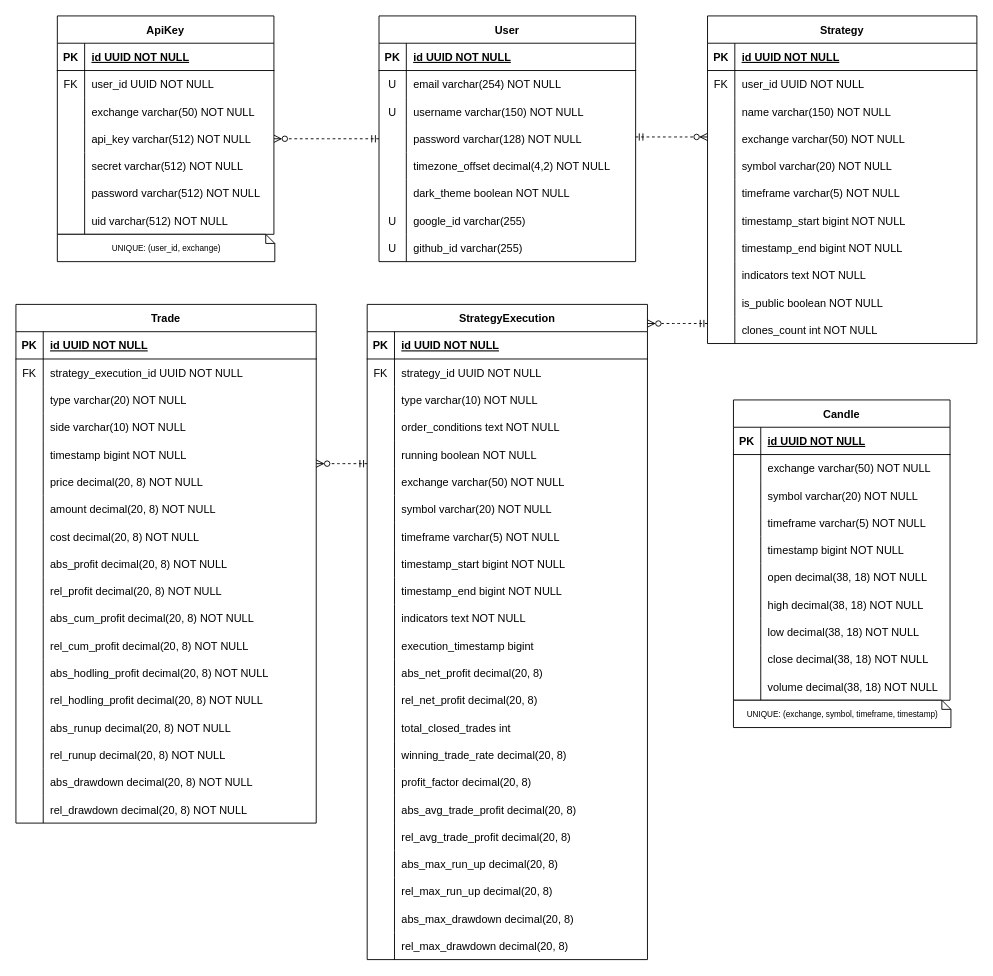
The draw.io diagram docs/ERD.drawio in pgr866/Stratify, before the edit. Source tidied: cells renumbered, new cells numbered last; positions are measured from the earlier drawing's top-left corner, leaving out a move shared by most shapes. Both pictures are drawn from the tidied source at 91%, with x=0, y=0 at pixel (15, 15).
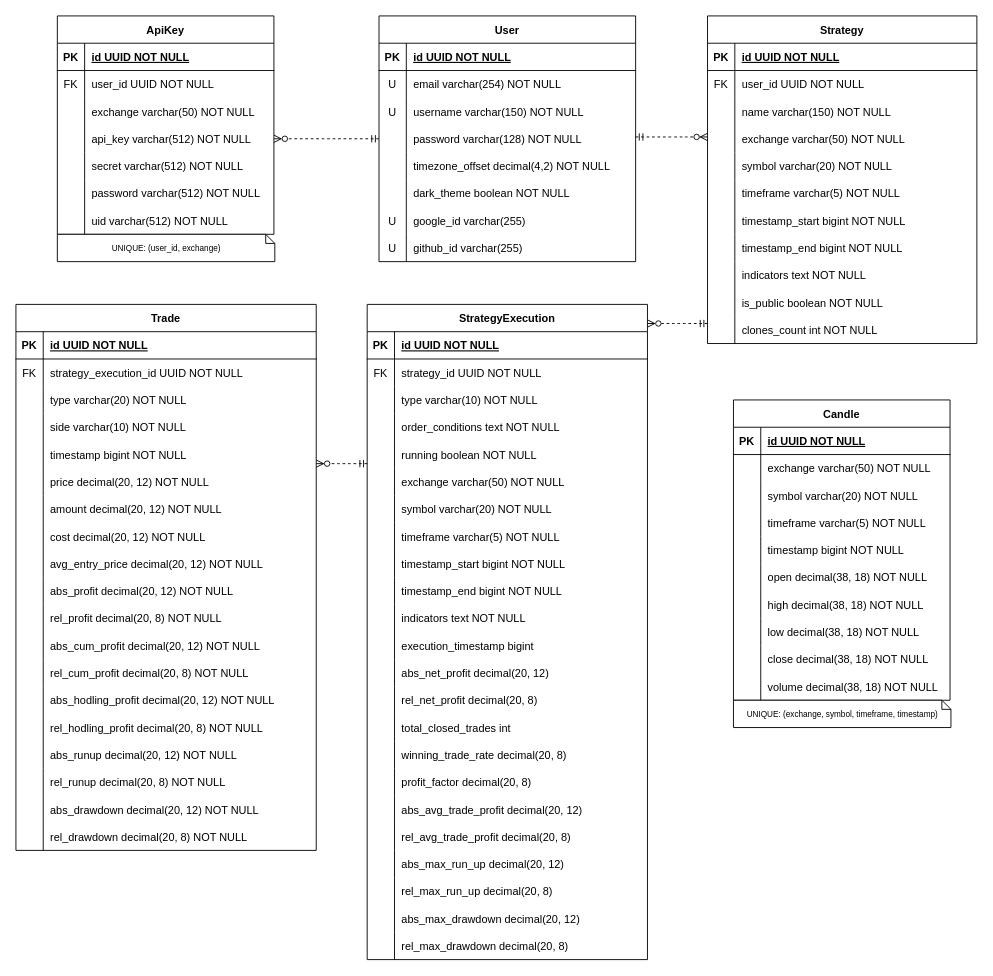
After the change.

Unchanged cells that the change refers to:
```xml
<mxCell id="153" style="shape=partialRectangle;fillColor=none;top=0;left=0;right=0;bottom=0;" parent="116" vertex="1">
  <mxGeometry y="390" width="308" height="30" as="geometry" />
</mxCell>
<mxCell id="168" style="shape=partialRectangle;fillColor=none;top=0;left=0;right=0;bottom=0;" parent="116" vertex="1">
  <mxGeometry y="540" width="308" height="30" as="geometry" />
</mxCell>
<mxCell id="174" style="shape=partialRectangle;fillColor=none;top=0;left=0;right=0;bottom=0;" parent="116" vertex="1">
  <mxGeometry y="600" width="308" height="30" as="geometry" />
</mxCell>
<mxCell id="180" style="shape=partialRectangle;fillColor=none;top=0;left=0;right=0;bottom=0;" parent="116" vertex="1">
  <mxGeometry y="660" width="308" height="30" as="geometry" />
</mxCell>
<mxCell id="203" style="shape=partialRectangle;fillColor=none;top=0;left=0;right=0;bottom=0;" parent="187" vertex="1">
  <mxGeometry y="180" width="330" height="30" as="geometry" />
</mxCell>
<mxCell id="206" style="shape=partialRectangle;fillColor=none;top=0;left=0;right=0;bottom=0;" parent="187" vertex="1">
  <mxGeometry y="210" width="330" height="30" as="geometry" />
</mxCell>
<mxCell id="209" style="shape=partialRectangle;fillColor=none;top=0;left=0;right=0;bottom=0;" parent="187" vertex="1">
  <mxGeometry y="240" width="330" height="30" as="geometry" />
</mxCell>
<mxCell id="227" style="shape=partialRectangle;fillColor=none;top=0;left=0;right=0;bottom=0;" parent="187" vertex="1">
  <mxGeometry y="420" width="330" height="30" as="geometry" />
</mxCell>
```

The edit, as a diff of the source:
```diff
@@
-    <mxCell id="155" value="abs_net_profit decimal(20, 8)" style="shape=partialRectangle;overflow=hidden;fillColor=none;top=0;left=0;bottom=0;right=0;align=left;spacingLeft=6;" parent="153" vertex="1">
+    <mxCell id="155" value="abs_net_profit decimal(20, 12)" style="shape=partialRectangle;overflow=hidden;fillColor=none;top=0;left=0;bottom=0;right=0;align=left;spacingLeft=6;" parent="153" vertex="1">
       <mxGeometry x="30" width="278" height="30" as="geometry" />
     </mxCell>
@@
-    <mxCell id="170" value="abs_avg_trade_profit decimal(20, 8)" style="shape=partialRectangle;overflow=hidden;fillColor=none;top=0;left=0;bottom=0;right=0;align=left;spacingLeft=6;" parent="168" vertex="1">
+    <mxCell id="170" value="abs_avg_trade_profit decimal(20, 12)" style="shape=partialRectangle;overflow=hidden;fillColor=none;top=0;left=0;bottom=0;right=0;align=left;spacingLeft=6;" parent="168" vertex="1">
       <mxGeometry x="30" width="278" height="30" as="geometry" />
     </mxCell>
@@
-    <mxCell id="176" value="abs_max_run_up decimal(20, 8)" style="shape=partialRectangle;overflow=hidden;fillColor=none;top=0;left=0;bottom=0;right=0;align=left;spacingLeft=6;" parent="174" vertex="1">
+    <mxCell id="176" value="abs_max_run_up decimal(20, 12)" style="shape=partialRectangle;overflow=hidden;fillColor=none;top=0;left=0;bottom=0;right=0;align=left;spacingLeft=6;" parent="174" vertex="1">
       <mxGeometry x="30" width="278" height="30" as="geometry" />
     </mxCell>
@@
-    <mxCell id="182" value="abs_max_drawdown decimal(20, 8)" style="shape=partialRectangle;overflow=hidden;fillColor=none;top=0;left=0;bottom=0;right=0;align=left;spacingLeft=6;" parent="180" vertex="1">
+    <mxCell id="182" value="abs_max_drawdown decimal(20, 12)" style="shape=partialRectangle;overflow=hidden;fillColor=none;top=0;left=0;bottom=0;right=0;align=left;spacingLeft=6;" parent="180" vertex="1">
       <mxGeometry x="30" width="278" height="30" as="geometry" />
     </mxCell>
@@
     <mxCell id="187" value="Trade" style="shape=table;startSize=30;childLayout=tableLayout;rowLines=0;fontStyle=1;align=center;" parent="1" vertex="1">
-      <mxGeometry y="317" width="330" height="570" as="geometry" />
+      <mxGeometry y="317" width="330" height="600" as="geometry" />
     </mxCell>
@@
-    <mxCell id="205" value="price decimal(20, 8) NOT NULL" style="shape=partialRectangle;overflow=hidden;fillColor=none;top=0;left=0;bottom=0;right=0;align=left;spacingLeft=6;" parent="203" vertex="1">
+    <mxCell id="205" value="price decimal(20, 12) NOT NULL" style="shape=partialRectangle;overflow=hidden;fillColor=none;top=0;left=0;bottom=0;right=0;align=left;spacingLeft=6;" parent="203" vertex="1">
       <mxGeometry x="30" width="300" height="30" as="geometry" />
     </mxCell>
@@
-    <mxCell id="208" value="amount decimal(20, 8) NOT NULL" style="shape=partialRectangle;overflow=hidden;fillColor=none;top=0;left=0;bottom=0;right=0;align=left;spacingLeft=6;" parent="206" vertex="1">
+    <mxCell id="208" value="amount decimal(20, 12) NOT NULL" style="shape=partialRectangle;overflow=hidden;fillColor=none;top=0;left=0;bottom=0;right=0;align=left;spacingLeft=6;" parent="206" vertex="1">
       <mxGeometry x="30" width="300" height="30" as="geometry" />
     </mxCell>
@@
-    <mxCell id="211" value="cost decimal(20, 8) NOT NULL" style="shape=partialRectangle;overflow=hidden;fillColor=none;top=0;left=0;bottom=0;right=0;align=left;spacingLeft=6;" parent="209" vertex="1">
+    <mxCell id="211" value="cost decimal(20, 12) NOT NULL" style="shape=partialRectangle;overflow=hidden;fillColor=none;top=0;left=0;bottom=0;right=0;align=left;spacingLeft=6;" parent="209" vertex="1">
       <mxGeometry x="30" width="300" height="30" as="geometry" />
     </mxCell>
+    <mxCell id="224" style="shape=partialRectangle;fillColor=none;top=0;left=0;right=0;bottom=0;" parent="187" vertex="1">
+      <mxGeometry y="270" width="330" height="30" as="geometry" />
+    </mxCell>
+    <mxCell id="225" style="shape=partialRectangle;overflow=hidden;fillColor=none;top=0;left=0;bottom=0;right=0;" parent="224" vertex="1">
+      <mxGeometry width="30" height="30" as="geometry" />
+    </mxCell>
+    <mxCell id="226" value="avg_entry_price decimal(20, 12) NOT NULL" style="shape=partialRectangle;overflow=hidden;fillColor=none;top=0;left=0;bottom=0;right=0;align=left;spacingLeft=6;" parent="224" vertex="1">
+      <mxGeometry x="30" width="300" height="30" as="geometry" />
+    </mxCell>
     <mxCell id="212" style="shape=partialRectangle;fillColor=none;top=0;left=0;right=0;bottom=0;" parent="187" vertex="1">
-      <mxGeometry y="270" width="330" height="30" as="geometry" />
+      <mxGeometry y="300" width="330" height="30" as="geometry" />
     </mxCell>
@@
-    <mxCell id="214" value="abs_profit decimal(20, 8) NOT NULL" style="shape=partialRectangle;overflow=hidden;fillColor=none;top=0;left=0;bottom=0;right=0;align=left;spacingLeft=6;" parent="212" vertex="1">
+    <mxCell id="214" value="abs_profit decimal(20, 12) NOT NULL" style="shape=partialRectangle;overflow=hidden;fillColor=none;top=0;left=0;bottom=0;right=0;align=left;spacingLeft=6;" parent="212" vertex="1">
       <mxGeometry x="30" width="300" height="30" as="geometry" />
     </mxCell>
     <mxCell id="215" style="shape=partialRectangle;fillColor=none;top=0;left=0;right=0;bottom=0;" parent="187" vertex="1">
-      <mxGeometry y="300" width="330" height="30" as="geometry" />
+      <mxGeometry y="330" width="330" height="30" as="geometry" />
     </mxCell>
@@
     <mxCell id="218" style="shape=partialRectangle;fillColor=none;top=0;left=0;right=0;bottom=0;" parent="187" vertex="1">
-      <mxGeometry y="330" width="330" height="30" as="geometry" />
+      <mxGeometry y="360" width="330" height="30" as="geometry" />
     </mxCell>
@@
-    <mxCell id="220" value="abs_cum_profit decimal(20, 8) NOT NULL" style="shape=partialRectangle;overflow=hidden;fillColor=none;top=0;left=0;bottom=0;right=0;align=left;spacingLeft=6;" parent="218" vertex="1">
+    <mxCell id="220" value="abs_cum_profit decimal(20, 12) NOT NULL" style="shape=partialRectangle;overflow=hidden;fillColor=none;top=0;left=0;bottom=0;right=0;align=left;spacingLeft=6;" parent="218" vertex="1">
       <mxGeometry x="30" width="300" height="30" as="geometry" />
     </mxCell>
     <mxCell id="221" style="shape=partialRectangle;fillColor=none;top=0;left=0;right=0;bottom=0;" parent="187" vertex="1">
-      <mxGeometry y="360" width="330" height="30" as="geometry" />
+      <mxGeometry y="390" width="330" height="30" as="geometry" />
     </mxCell>
@@
-    <mxCell id="224" style="shape=partialRectangle;fillColor=none;top=0;left=0;right=0;bottom=0;" parent="187" vertex="1">
-      <mxGeometry y="390" width="330" height="30" as="geometry" />
-    </mxCell>
-    <mxCell id="225" style="shape=partialRectangle;overflow=hidden;fillColor=none;top=0;left=0;bottom=0;right=0;" parent="224" vertex="1">
-      <mxGeometry width="30" height="30" as="geometry" />
-    </mxCell>
-    <mxCell id="226" value="abs_hodling_profit decimal(20, 8) NOT NULL" style="shape=partialRectangle;overflow=hidden;fillColor=none;top=0;left=0;bottom=0;right=0;align=left;spacingLeft=6;" parent="224" vertex="1">
-      <mxGeometry x="30" width="300" height="30" as="geometry" />
-    </mxCell>
@@
-    <mxCell id="228" style="shape=partialRectangle;overflow=hidden;fillColor=none;top=0;left=0;bottom=0;right=0;" parent="227" vertex="1">
-      <mxGeometry width="30" height="30" as="geometry" />
-    </mxCell>
+    <mxCell id="245" style="shape=partialRectangle;overflow=hidden;fillColor=none;top=0;left=0;bottom=0;right=0;" parent="227" vertex="1">
+      <mxGeometry width="30" height="30" as="geometry" />
+    </mxCell>
+    <mxCell id="246" value="abs_hodling_profit decimal(20, 12) NOT NULL" style="shape=partialRectangle;overflow=hidden;fillColor=none;top=0;left=0;bottom=0;right=0;align=left;spacingLeft=6;" parent="227" vertex="1">
+      <mxGeometry x="30" width="300" height="30" as="geometry" />
+    </mxCell>
+    <mxCell id="247" style="shape=partialRectangle;fillColor=none;top=0;left=0;right=0;bottom=0;" parent="187" vertex="1">
+      <mxGeometry y="450" width="330" height="30" as="geometry" />
+    </mxCell>
+    <mxCell id="248" style="shape=partialRectangle;overflow=hidden;fillColor=none;top=0;left=0;bottom=0;right=0;" parent="247" vertex="1">
+      <mxGeometry width="30" height="30" as="geometry" />
+    </mxCell>
-    <mxCell id="229" value="rel_hodling_profit decimal(20, 8) NOT NULL" style="shape=partialRectangle;overflow=hidden;fillColor=none;top=0;left=0;bottom=0;right=0;align=left;spacingLeft=6;" parent="227" vertex="1">
+    <mxCell id="229" value="rel_hodling_profit decimal(20, 8) NOT NULL" style="shape=partialRectangle;overflow=hidden;fillColor=none;top=0;left=0;bottom=0;right=0;align=left;spacingLeft=6;" parent="247" vertex="1">
       <mxGeometry x="30" width="300" height="30" as="geometry" />
     </mxCell>
     <mxCell id="230" style="shape=partialRectangle;fillColor=none;top=0;left=0;right=0;bottom=0;" parent="187" vertex="1">
-      <mxGeometry y="450" width="330" height="30" as="geometry" />
+      <mxGeometry y="480" width="330" height="30" as="geometry" />
     </mxCell>
@@
-    <mxCell id="232" value="abs_runup decimal(20, 8) NOT NULL" style="shape=partialRectangle;overflow=hidden;fillColor=none;top=0;left=0;bottom=0;right=0;align=left;spacingLeft=6;" parent="230" vertex="1">
+    <mxCell id="232" value="abs_runup decimal(20, 12) NOT NULL" style="shape=partialRectangle;overflow=hidden;fillColor=none;top=0;left=0;bottom=0;right=0;align=left;spacingLeft=6;" parent="230" vertex="1">
       <mxGeometry x="30" width="300" height="30" as="geometry" />
     </mxCell>
     <mxCell id="233" style="shape=partialRectangle;fillColor=none;top=0;left=0;right=0;bottom=0;" parent="187" vertex="1">
-      <mxGeometry y="480" width="330" height="30" as="geometry" />
+      <mxGeometry y="510" width="330" height="30" as="geometry" />
     </mxCell>
@@
     <mxCell id="236" style="shape=partialRectangle;fillColor=none;top=0;left=0;right=0;bottom=0;" parent="187" vertex="1">
-      <mxGeometry y="510" width="330" height="30" as="geometry" />
+      <mxGeometry y="540" width="330" height="30" as="geometry" />
     </mxCell>
@@
-    <mxCell id="238" value="abs_drawdown decimal(20, 8) NOT NULL" style="shape=partialRectangle;overflow=hidden;fillColor=none;top=0;left=0;bottom=0;right=0;align=left;spacingLeft=6;" parent="236" vertex="1">
+    <mxCell id="238" value="abs_drawdown decimal(20, 12) NOT NULL" style="shape=partialRectangle;overflow=hidden;fillColor=none;top=0;left=0;bottom=0;right=0;align=left;spacingLeft=6;" parent="236" vertex="1">
       <mxGeometry x="30" width="300" height="30" as="geometry" />
     </mxCell>
     <mxCell id="239" style="shape=partialRectangle;fillColor=none;top=0;left=0;right=0;bottom=0;" parent="187" vertex="1">
-      <mxGeometry y="540" width="330" height="30" as="geometry" />
+      <mxGeometry y="570" width="330" height="30" as="geometry" />
     </mxCell>
```
